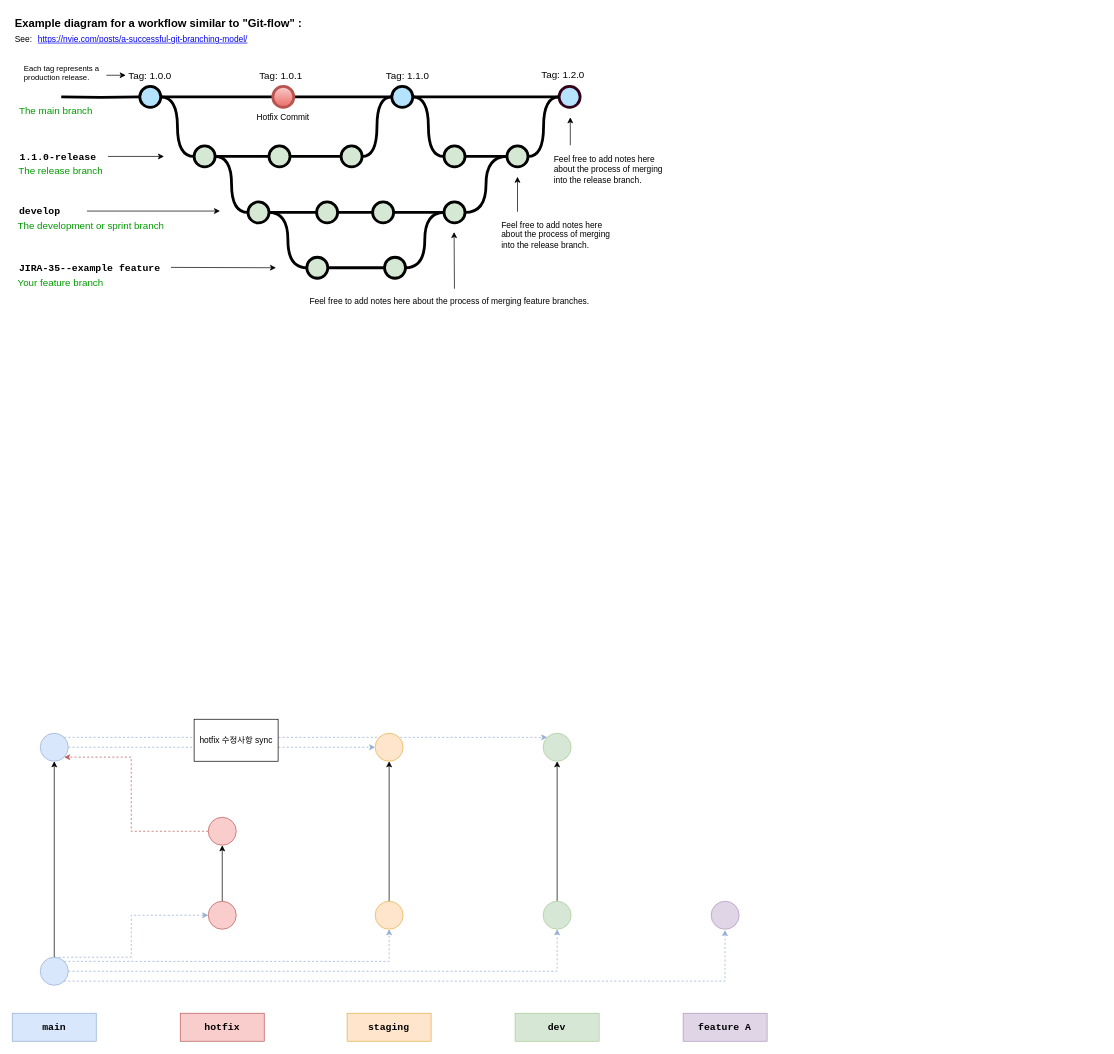
Before: 제목 없는 다이어그램.drawio in kor-sams-dev/github-action, a draw.io diagram. Source tidied: cells renumbered, new cells numbered last; positions are measured from the earlier drawing's top-left corner, leaving out a move shared by most shapes. Both pictures are drawn from the tidied source at 70%, with x=0, y=0 at pixel (12, 12).
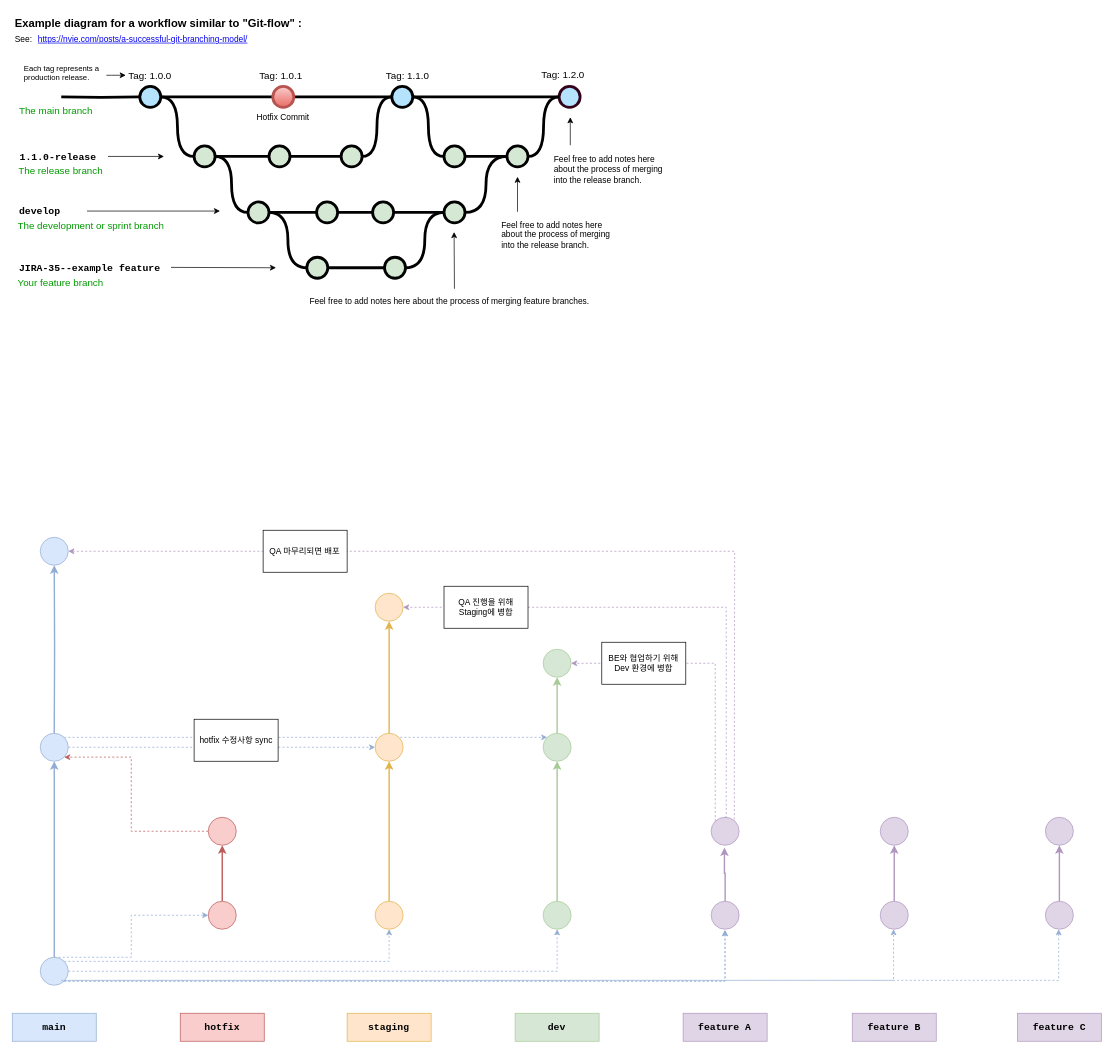
The same page after the edit.

Commit message (it also covers changes not shown here):
제목 없는 다이어그램.drawio 업데이트

The change refers to these unchanged cells:
```xml
<mxCell id="70" style="ellipse;whiteSpace=wrap;html=1;fillColor=#D9E7FC;strokeColor=#92ADD3;" parent="1" vertex="1">
  <mxGeometry x="40" y="1350" width="40" height="40" as="geometry" />
</mxCell>
<mxCell id="72" style="ellipse;whiteSpace=wrap;html=1;fillColor=#F8CDCC;strokeColor=#BB5B5A;" parent="1" vertex="1">
  <mxGeometry x="280" y="1270" width="40" height="40" as="geometry" />
</mxCell>
<mxCell id="74" style="ellipse;whiteSpace=wrap;html=1;fillColor=#FEE5CB;strokeColor=#E1B44B;" parent="1" vertex="1">
  <mxGeometry x="518.4" y="1270" width="40" height="40" as="geometry" />
</mxCell>
<mxCell id="76" style="ellipse;whiteSpace=wrap;html=1;fillColor=#D6E8D5;strokeColor=#A7CA95;" parent="1" vertex="1">
  <mxGeometry x="758.4" y="1270" width="40" height="40" as="geometry" />
</mxCell>
<mxCell id="77" style="ellipse;whiteSpace=wrap;html=1;fillColor=#E0D5E6;strokeColor=#AF96BF;" parent="1" vertex="1">
  <mxGeometry x="998.4" y="1270" width="40" height="40" as="geometry" />
</mxCell>
<mxCell id="81" style="ellipse;whiteSpace=wrap;html=1;fillColor=#F8CDCC;strokeColor=#BB5B5A;" parent="1" vertex="1">
  <mxGeometry x="280" y="1150" width="40" height="40" as="geometry" />
</mxCell>
<mxCell id="84" style="ellipse;whiteSpace=wrap;html=1;fillColor=#D9E7FC;strokeColor=#92ADD3;" parent="1" vertex="1">
  <mxGeometry x="40" y="1030" width="40" height="40" as="geometry" />
</mxCell>
<mxCell id="85" style="ellipse;whiteSpace=wrap;html=1;fillColor=#D6E8D5;strokeColor=#A7CA95;" parent="1" vertex="1">
  <mxGeometry x="758.4" y="1030" width="40" height="40" as="geometry" />
</mxCell>
<mxCell id="86" style="ellipse;whiteSpace=wrap;html=1;fillColor=#FEE5CB;strokeColor=#E1B44B;" parent="1" vertex="1">
  <mxGeometry x="518.4" y="1030" width="40" height="40" as="geometry" />
</mxCell>
```

Change to the diagram source:
```diff
@@
-    <mxCell id="69" style="edgeStyle=orthogonalEdgeStyle;rounded=0;jettySize=auto;html=1;entryX=0.5;entryY=1;entryDx=0;entryDy=0;" parent="1" edge="1" source="70" target="84">
+    <mxCell id="69" style="edgeStyle=orthogonalEdgeStyle;rounded=0;jettySize=auto;html=1;entryX=0.5;entryY=1;entryDx=0;entryDy=0;strokeColor=#92ADD3;strokeWidth=2;" parent="1" edge="1" source="70" target="84">
       <mxGeometry relative="1" as="geometry" />
     </mxCell>
@@
-    <mxCell id="71" style="edgeStyle=orthogonalEdgeStyle;rounded=0;jettySize=auto;html=1;entryX=0.5;entryY=1;entryDx=0;entryDy=0;" parent="1" edge="1" source="72" target="81">
+    <mxCell id="71" style="edgeStyle=orthogonalEdgeStyle;rounded=0;jettySize=auto;html=1;entryX=0.5;entryY=1;entryDx=0;entryDy=0;strokeColor=#BB5B5A;strokeWidth=2;" parent="1" edge="1" source="72" target="81">
       <mxGeometry relative="1" as="geometry" />
     </mxCell>
@@
-    <mxCell id="73" style="edgeStyle=orthogonalEdgeStyle;rounded=0;jettySize=auto;html=1;exitX=0.5;exitY=0;exitDx=0;exitDy=0;entryX=0.5;entryY=1;entryDx=0;entryDy=0;" parent="1" edge="1" source="74" target="86">
+    <mxCell id="73" style="edgeStyle=orthogonalEdgeStyle;rounded=0;jettySize=auto;html=1;exitX=0.5;exitY=0;exitDx=0;exitDy=0;entryX=0.5;entryY=1;entryDx=0;entryDy=0;strokeColor=#E1B44B;strokeWidth=2;" parent="1" edge="1" source="74" target="86">
       <mxGeometry relative="1" as="geometry" />
     </mxCell>
@@
-    <mxCell id="75" style="edgeStyle=orthogonalEdgeStyle;rounded=0;jettySize=auto;html=1;exitX=0.5;exitY=0;exitDx=0;exitDy=0;entryX=0.5;entryY=1;entryDx=0;entryDy=0;" parent="1" edge="1" source="76" target="85">
+    <mxCell id="75" style="edgeStyle=orthogonalEdgeStyle;rounded=0;jettySize=auto;html=1;exitX=0.5;exitY=0;exitDx=0;exitDy=0;entryX=0.5;entryY=1;entryDx=0;entryDy=0;strokeColor=#A7CA95;strokeWidth=2;" parent="1" edge="1" source="76" target="85">
       <mxGeometry relative="1" as="geometry" />
     </mxCell>
@@
+    <mxCell id="88" style="edgeStyle=orthogonalEdgeStyle;rounded=0;jettySize=auto;html=1;exitX=0;exitY=0;exitDx=0;exitDy=0;entryX=1;entryY=0.5;entryDx=0;entryDy=0;strokeColor=#AF96BF;dashed=1;" parent="1" edge="1" source="89" target="97">
+      <mxGeometry relative="1" as="geometry">
+        <Array as="points">
+          <mxPoint x="1004" y="930" />
+        </Array>
+      </mxGeometry>
+    </mxCell>
+    <mxCell id="89" style="ellipse;whiteSpace=wrap;html=1;fillColor=#E0D5E6;strokeColor=#AF96BF;" parent="1" vertex="1">
+      <mxGeometry x="998.4" y="1150" width="40" height="40" as="geometry" />
+    </mxCell>
+    <mxCell id="90" style="edgeStyle=orthogonalEdgeStyle;rounded=0;jettySize=auto;html=1;exitX=0.5;exitY=0;exitDx=0;exitDy=0;entryX=0.476;entryY=1.084;entryDx=0;entryDy=0;entryPerimeter=0;strokeColor=#AF96BF;strokeWidth=2;" parent="1" edge="1" source="77" target="89">
+      <mxGeometry relative="1" as="geometry" />
+    </mxCell>
+    <mxCell id="91" value="feature B" style="text;html=1;strokeColor=#AF96BF;fillColor=#E0D5E6;align=center;verticalAlign=middle;whiteSpace=wrap;overflow=hidden;fontSize=14;fontStyle=1;fontFamily=Courier New;gradientColor=none;" parent="1" vertex="1">
+      <mxGeometry x="1200" y="1430" width="120" height="40" as="geometry" />
+    </mxCell>
+    <mxCell id="92" style="ellipse;whiteSpace=wrap;html=1;fillColor=#E0D5E6;strokeColor=#AF96BF;" parent="1" vertex="1">
+      <mxGeometry x="1240" y="1270" width="40" height="40" as="geometry" />
+    </mxCell>
+    <mxCell id="93" style="ellipse;whiteSpace=wrap;html=1;fillColor=#E0D5E6;strokeColor=#AF96BF;" parent="1" vertex="1">
+      <mxGeometry x="1240" y="1150" width="40" height="40" as="geometry" />
+    </mxCell>
+    <mxCell id="94" style="edgeStyle=orthogonalEdgeStyle;rounded=0;jettySize=auto;html=1;exitX=0.5;exitY=0;exitDx=0;exitDy=0;entryX=0.5;entryY=1;entryDx=0;entryDy=0;strokeColor=#AF96BF;strokeWidth=2;" parent="1" edge="1" source="92" target="93">
+      <mxGeometry relative="1" as="geometry" />
+    </mxCell>
+    <mxCell id="95" style="edgeStyle=orthogonalEdgeStyle;rounded=0;jettySize=auto;html=1;exitX=1;exitY=1;exitDx=0;exitDy=0;entryX=0.496;entryY=1.029;entryDx=0;entryDy=0;entryPerimeter=0;strokeColor=#92ADD3;dashed=1;" parent="1" edge="1" source="70" target="77">
+      <mxGeometry relative="1" as="geometry">
+        <Array as="points">
+          <mxPoint x="1018" y="1384" />
+        </Array>
+      </mxGeometry>
+    </mxCell>
+    <mxCell id="96" style="edgeStyle=orthogonalEdgeStyle;rounded=0;jettySize=auto;html=1;exitX=1;exitY=1;exitDx=0;exitDy=0;strokeColor=#92ADD3;dashed=1;" parent="1" edge="1" source="70">
+      <mxGeometry relative="1" as="geometry">
+        <mxPoint x="1259" y="1310" as="targetPoint" />
+        <Array as="points">
+          <mxPoint x="74" y="1383" />
+          <mxPoint x="1259" y="1383" />
+        </Array>
+      </mxGeometry>
+    </mxCell>
+    <mxCell id="97" style="ellipse;whiteSpace=wrap;html=1;fillColor=#D6E8D5;strokeColor=#A7CA95;" parent="1" vertex="1">
+      <mxGeometry x="758.4" y="910" width="40" height="40" as="geometry" />
+    </mxCell>
+    <mxCell id="98" style="edgeStyle=orthogonalEdgeStyle;rounded=0;jettySize=auto;html=1;exitX=0.5;exitY=0;exitDx=0;exitDy=0;entryX=0.5;entryY=1;entryDx=0;entryDy=0;strokeColor=#A7CA95;strokeWidth=2;" parent="1" edge="1" source="85" target="97">
+      <mxGeometry relative="1" as="geometry" />
+    </mxCell>
+    <mxCell id="99" style="ellipse;whiteSpace=wrap;html=1;fillColor=#FEE5CB;strokeColor=#E1B44B;" parent="1" vertex="1">
+      <mxGeometry x="518.4" y="830" width="40" height="40" as="geometry" />
+    </mxCell>
+    <mxCell id="100" style="edgeStyle=orthogonalEdgeStyle;rounded=0;jettySize=auto;html=1;entryX=0.5;entryY=1;entryDx=0;entryDy=0;strokeColor=#E1B44B;exitX=0.5;exitY=0;exitDx=0;exitDy=0;strokeWidth=2;" parent="1" edge="1" source="86" target="99">
+      <mxGeometry relative="1" as="geometry" />
+    </mxCell>
+    <mxCell id="101" style="edgeStyle=orthogonalEdgeStyle;rounded=0;jettySize=auto;html=1;exitX=0.5;exitY=0;exitDx=0;exitDy=0;entryX=1;entryY=0.5;entryDx=0;entryDy=0;strokeColor=#AF96BF;dashed=1;" parent="1" edge="1" source="89" target="99">
+      <mxGeometry relative="1" as="geometry">
+        <Array as="points">
+          <mxPoint x="1020" y="1150" />
+          <mxPoint x="1020" y="850" />
+        </Array>
+      </mxGeometry>
+    </mxCell>
+    <mxCell id="102" style="ellipse;whiteSpace=wrap;html=1;fillColor=#D9E7FC;strokeColor=#92ADD3;" parent="1" vertex="1">
+      <mxGeometry x="40" y="750" width="40" height="40" as="geometry" />
+    </mxCell>
+    <mxCell id="103" style="edgeStyle=orthogonalEdgeStyle;rounded=0;jettySize=auto;html=1;entryX=0.5;entryY=1;entryDx=0;entryDy=0;strokeColor=#92ADD3;strokeWidth=2;" parent="1" edge="1" target="102">
+      <mxGeometry relative="1" as="geometry">
+        <mxPoint x="60" y="1030" as="sourcePoint" />
+      </mxGeometry>
+    </mxCell>
+    <mxCell id="104" style="edgeStyle=orthogonalEdgeStyle;rounded=0;jettySize=auto;html=1;entryX=1;entryY=0.5;entryDx=0;entryDy=0;strokeColor=#AF96BF;dashed=1;exitX=0.827;exitY=0.079;exitDx=0;exitDy=0;exitPerimeter=0;" parent="1" edge="1" source="89" target="102">
+      <mxGeometry relative="1" as="geometry">
+        <Array as="points">
+          <mxPoint x="1031" y="1080" />
+          <mxPoint x="1032" y="770" />
+        </Array>
+      </mxGeometry>
+    </mxCell>
+    <mxCell id="105" value="BE와 협업하기 위해 Dev 환경에 병합" style="rounded=0;whiteSpace=wrap;html=1;" parent="1" vertex="1">
+      <mxGeometry x="842.2" y="900" width="120" height="60" as="geometry" />
+    </mxCell>
+    <mxCell id="106" value="QA 진행을 위해 Staging에 병합" style="rounded=0;whiteSpace=wrap;html=1;" parent="1" vertex="1">
+      <mxGeometry x="616.8" y="820" width="120" height="60" as="geometry" />
+    </mxCell>
+    <mxCell id="107" value="QA 마무리되면 배포" style="rounded=0;whiteSpace=wrap;html=1;" parent="1" vertex="1">
+      <mxGeometry x="358.4" y="740" width="120" height="60" as="geometry" />
+    </mxCell>
+    <mxCell id="108" style="ellipse;whiteSpace=wrap;html=1;fillColor=#E0D5E6;strokeColor=#AF96BF;" parent="1" vertex="1">
+      <mxGeometry x="1475.9" y="1270" width="40" height="40" as="geometry" />
+    </mxCell>
+    <mxCell id="109" style="ellipse;whiteSpace=wrap;html=1;fillColor=#E0D5E6;strokeColor=#AF96BF;" parent="1" vertex="1">
+      <mxGeometry x="1475.9" y="1150" width="40" height="40" as="geometry" />
+    </mxCell>
+    <mxCell id="110" style="edgeStyle=orthogonalEdgeStyle;rounded=0;jettySize=auto;html=1;exitX=0.5;exitY=0;exitDx=0;exitDy=0;entryX=0.5;entryY=1;entryDx=0;entryDy=0;strokeColor=#AF96BF;strokeWidth=2;" parent="1" edge="1" source="108" target="109">
+      <mxGeometry relative="1" as="geometry" />
+    </mxCell>
+    <mxCell id="111" value="feature C" style="text;html=1;strokeColor=#AF96BF;fillColor=#E0D5E6;align=center;verticalAlign=middle;whiteSpace=wrap;overflow=hidden;fontSize=14;fontStyle=1;fontFamily=Courier New;gradientColor=none;" parent="1" vertex="1">
+      <mxGeometry x="1435.9" y="1430" width="120" height="40" as="geometry" />
+    </mxCell>
+    <mxCell id="112" style="edgeStyle=orthogonalEdgeStyle;rounded=0;orthogonalLoop=1;jettySize=auto;html=1;strokeColor=#92ADD3;dashed=1;" parent="1" edge="1">
+      <mxGeometry relative="1" as="geometry">
+        <mxPoint x="70" y="1383" as="sourcePoint" />
+        <mxPoint x="1494.9" y="1310" as="targetPoint" />
+        <Array as="points">
+          <mxPoint x="309.9" y="1383" />
+          <mxPoint x="1494.9" y="1383" />
+        </Array>
+      </mxGeometry>
+    </mxCell>
```
